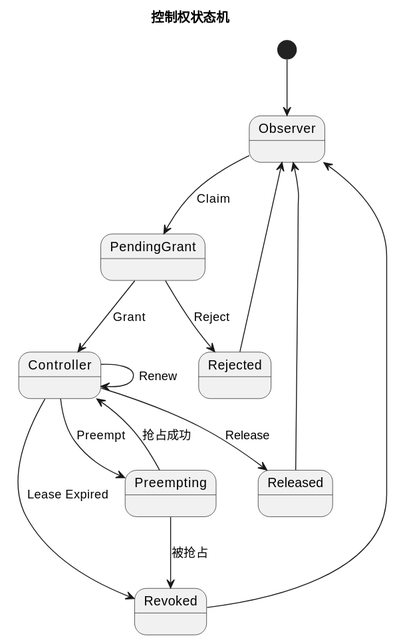
Earlier version of the PlantUML export docs/diagrams/plantuml/svg/authority_lifecycle.svg (YunDrone-Team/yunlink). Its diagram source:
```plantuml
@startuml
skinparamlocked backgroundColor white
title 控制权状态机
skinparam backgroundColor white
skinparam shadowing false

[*] --> Observer
Observer --> PendingGrant : Claim
PendingGrant --> Controller : Grant
PendingGrant --> Rejected : Reject
Rejected --> Observer
Controller --> Controller : Renew
Controller --> Preempting : Preempt
Preempting --> Revoked : 被抢占
Preempting --> Controller : 抢占成功
Controller --> Released : Release
Controller --> Revoked : Lease Expired
Released --> Observer
Revoked --> Observer
@enduml
```
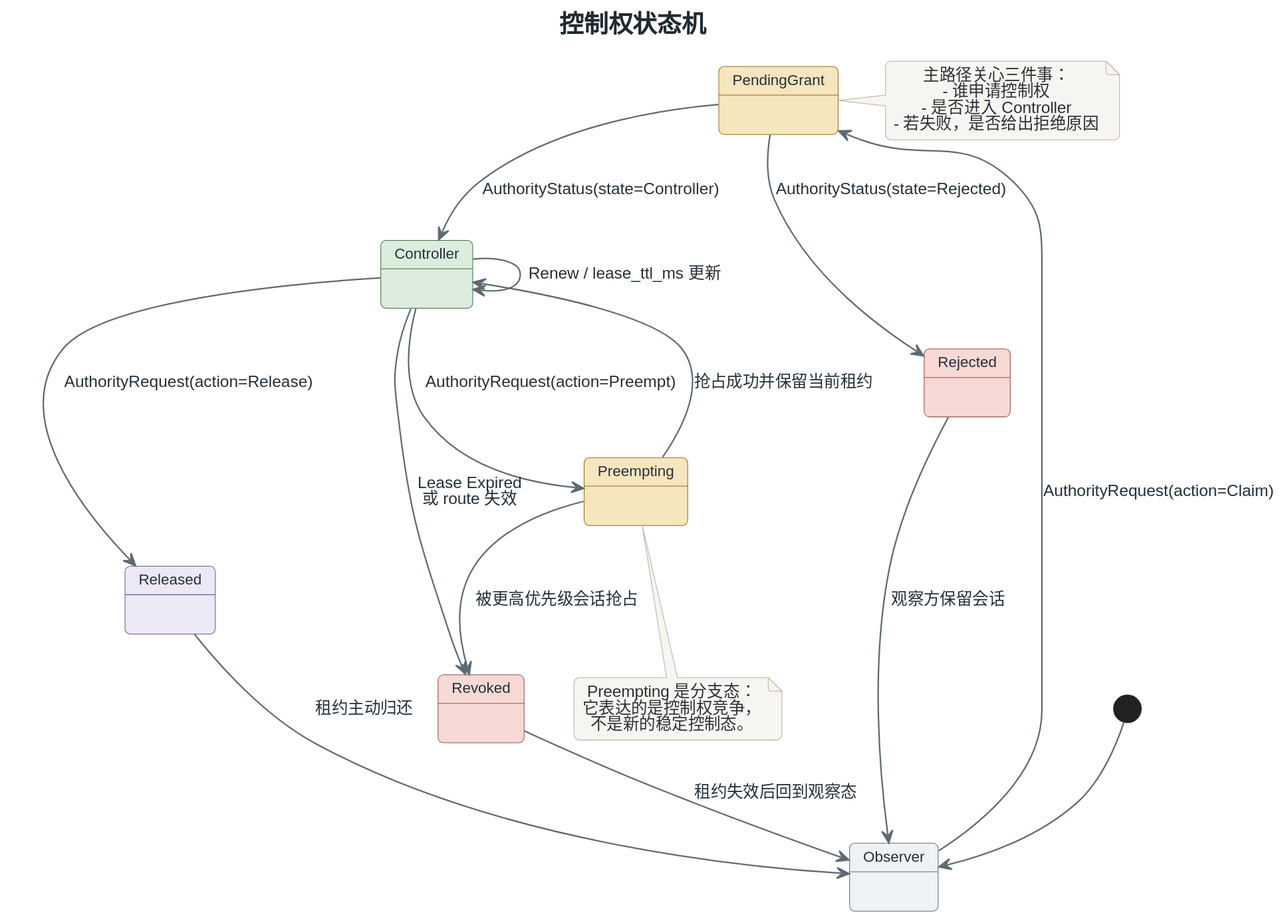
Later version of the same file.

What changed in the source:
```diff
@@ -1,20 +1,43 @@
 @startuml
 skinparamlocked backgroundColor white
+!include _yunlink_protocol_theme.iuml
 title 控制权状态机
-skinparam backgroundColor white
-skinparam shadowing false
+
+state "Observer" as Observer <<Neutral>>
+state "PendingGrant" as PendingGrant <<Transit>>
+state "Controller" as Controller <<ActiveState>>
+state "Preempting" as Preempting <<Transit>>
+state "Released" as Released <<Terminal>>
+state "Revoked" as Revoked <<Risk>>
+state "Rejected" as Rejected <<Risk>>
 
 [*] --> Observer
-Observer --> PendingGrant : Claim
-PendingGrant --> Controller : Grant
-PendingGrant --> Rejected : Reject
-Rejected --> Observer
-Controller --> Controller : Renew
-Controller --> Preempting : Preempt
-Preempting --> Revoked : 被抢占
-Preempting --> Controller : 抢占成功
-Controller --> Released : Release
-Controller --> Revoked : Lease Expired
-Released --> Observer
-Revoked --> Observer
+
+Observer --> PendingGrant : AuthorityRequest(action=Claim)
+PendingGrant --> Controller : AuthorityStatus(state=Controller)
+PendingGrant --> Rejected : AuthorityStatus(state=Rejected)
+Rejected --> Observer : 观察方保留会话
+
+Controller --> Controller : Renew / lease_ttl_ms 更新
+Controller --> Preempting : AuthorityRequest(action=Preempt)
+Preempting --> Controller : 抢占成功并保留当前租约
+Preempting --> Revoked : 被更高优先级会话抢占
+
+Controller --> Released : AuthorityRequest(action=Release)
+Controller --> Revoked : Lease Expired\n或 route 失效
+Released --> Observer : 租约主动归还
+Revoked --> Observer : 租约失效后回到观察态
+
+note right of PendingGrant
+主路径关心三件事：
+- 谁申请控制权
+- 是否进入 Controller
+- 若失败，是否给出拒绝原因
+end note
+
+note bottom of Preempting
+Preempting 是分支态：
+它表达的是控制权竞争，
+不是新的稳定控制态。
+end note
 @enduml
```
